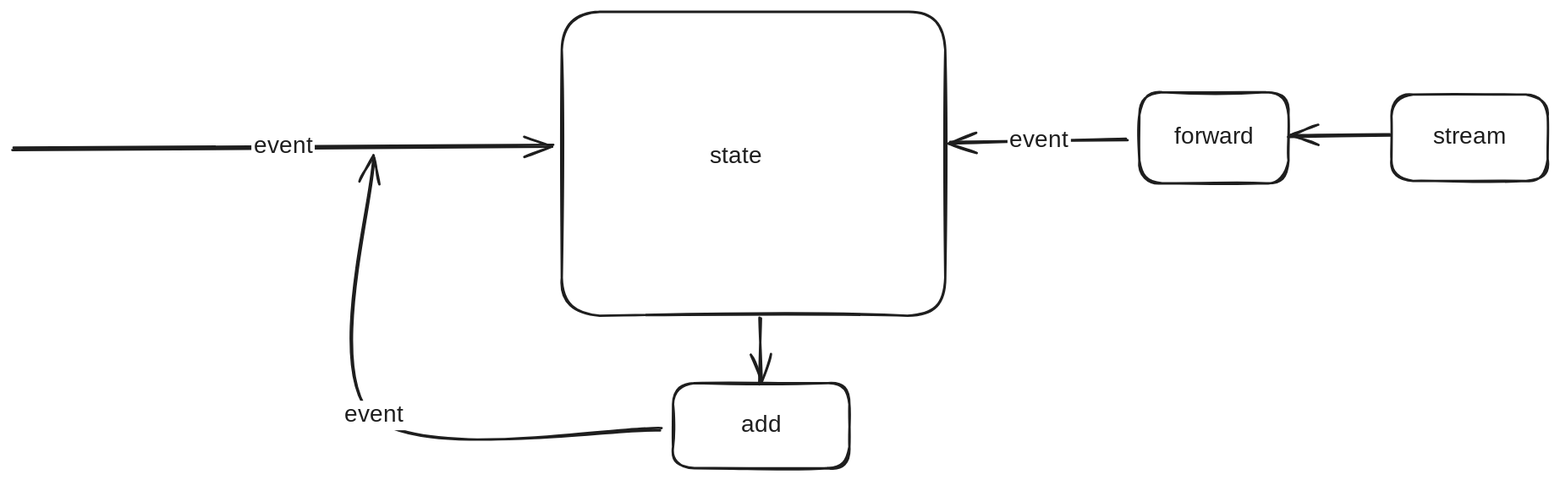
Above: image/model.excalidraw.svg in BoxMeApp/cms (Excalidraw), before the change. Source tidied: one line per element, renumbered; positions are measured from the earlier drawing's top-left corner, leaving out a move shared by most shapes.
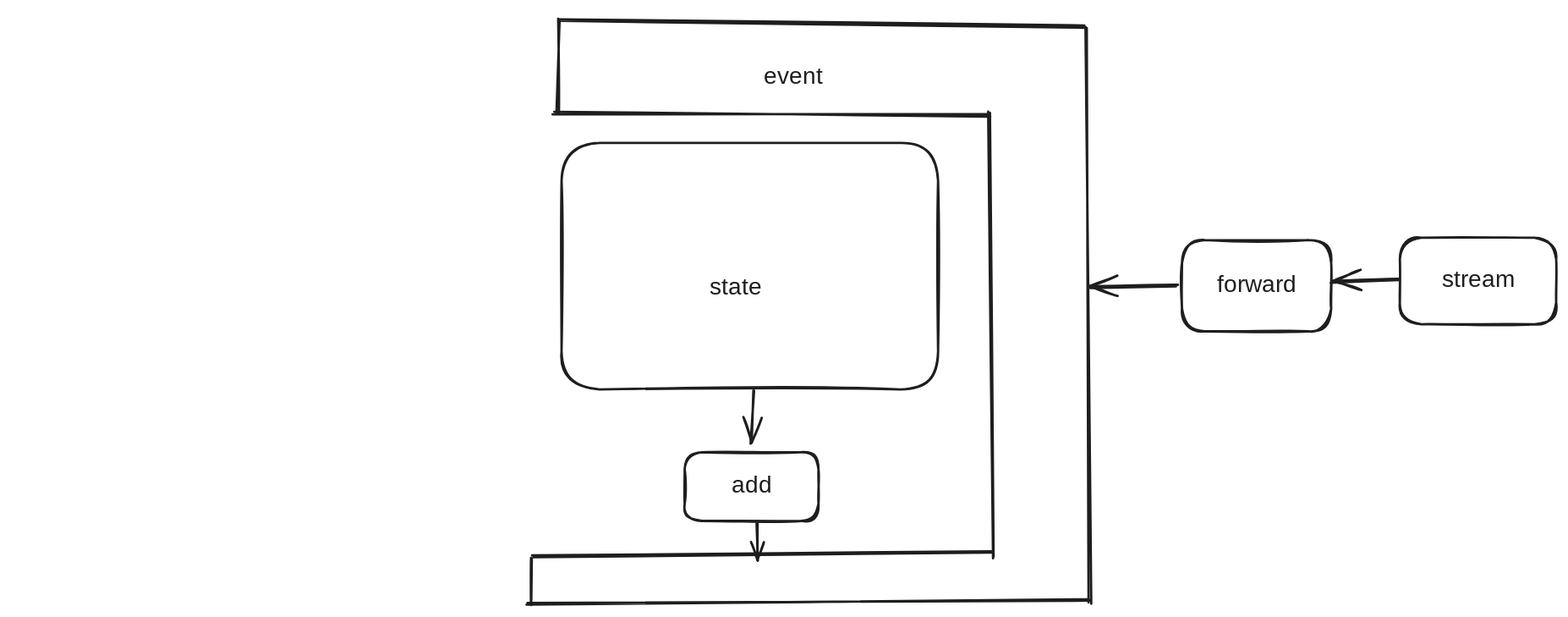
After the commit.

Change to the diagram source:
```diff
@@ -1,16 +1,21 @@
-{"id": 0, "type": "rectangle", "strokeColor": "#1e1e1e", "strokeWidth": 2, "roughness": 1, "round": true, "x": 464, "y": 0, "width": 324, "height": 257}
+{"id": 0, "type": "rectangle", "strokeColor": "#1e1e1e", "strokeWidth": 2, "roughness": 1, "round": true, "x": 464, "y": 0, "width": 318, "height": 208}
-{"id": 1, "type": "rectangle", "strokeColor": "#1e1e1e", "strokeWidth": 2, "roughness": 1, "round": true, "x": 952, "y": 68, "width": 126, "height": 77}
+{"id": 1, "type": "rectangle", "strokeColor": "#1e1e1e", "strokeWidth": 2, "roughness": 1, "round": true, "x": 988, "y": 82, "width": 126, "height": 77}
-{"id": 2, "type": "text", "text": "forward", "strokeColor": "#1e1e1e", "strokeWidth": 2, "roughness": 1, "fontSize": 20, "fontFamily": 5, "textAlign": "center", "verticalAlign": "middle", "inside": 1, "x": 977, "y": 94, "width": 75, "height": 25}
+{"id": 2, "type": "text", "text": "forward", "strokeColor": "#1e1e1e", "strokeWidth": 2, "roughness": 1, "fontSize": 20, "fontFamily": 5, "textAlign": "center", "verticalAlign": "middle", "inside": 1, "x": 1013, "y": 108, "width": 75, "height": 25}
-{"id": 3, "type": "arrow", "strokeColor": "#1e1e1e", "strokeWidth": 2, "roughness": 1, "endArrowhead": "arrow", "round": true, "from": 1, "to": 0, "x": 942, "y": 109, "width": 149, "height": 1, "points": [[0, 0], [-149, 1]]}
-{"id": 4, "type": "text", "text": "event", "strokeColor": "#1e1e1e", "strokeWidth": 2, "roughness": 1, "fontSize": 20, "fontFamily": 5, "textAlign": "center", "verticalAlign": "middle", "inside": 3, "x": 827, "y": 119, "width": 54, "height": 25}
 {"id": 5, "type": "text", "text": "state", "strokeColor": "#1e1e1e", "strokeWidth": 2, "roughness": 1, "fontSize": 20, "fontFamily": 5, "x": 589, "y": 110, "width": 55, "height": 25}
-{"id": 6, "type": "arrow", "strokeColor": "#1e1e1e", "strokeWidth": 2, "roughness": 1, "endArrowhead": "arrow", "round": true, "to": 0, "x": 0, "y": 116, "width": 457, "height": 4, "points": [[0, 0], [457, -4]]}
-{"id": 7, "type": "text", "text": "event", "strokeColor": "#1e1e1e", "strokeWidth": 2, "roughness": 1, "fontSize": 20, "fontFamily": 5, "textAlign": "center", "verticalAlign": "middle", "inside": 6, "x": 274, "y": 110, "width": 54, "height": 25}
-{"id": 8, "type": "rectangle", "strokeColor": "#1e1e1e", "strokeWidth": 2, "roughness": 1, "round": true, "x": 558, "y": 314, "width": 149, "height": 72}
+{"id": 8, "type": "rectangle", "strokeColor": "#1e1e1e", "strokeWidth": 2, "roughness": 1, "round": true, "x": 568, "y": 261, "width": 113, "height": 58}
-{"id": 9, "type": "text", "text": "add", "strokeColor": "#1e1e1e", "strokeWidth": 2, "roughness": 1, "fontSize": 20, "fontFamily": 5, "textAlign": "center", "verticalAlign": "middle", "inside": 8, "x": 615, "y": 338, "width": 36, "height": 25}
+{"id": 9, "type": "text", "text": "add", "strokeColor": "#1e1e1e", "strokeWidth": 2, "roughness": 1, "fontSize": 20, "fontFamily": 5, "textAlign": "center", "verticalAlign": "middle", "inside": 8, "x": 607, "y": 278, "width": 36, "height": 25}
-{"id": 10, "type": "arrow", "strokeColor": "#1e1e1e", "strokeWidth": 2, "roughness": 1, "endArrowhead": "arrow", "round": true, "from": 0, "to": 8, "x": 632, "y": 258, "width": 0, "height": 57, "points": [[0, 0], [0, 57]]}
+{"id": 10, "type": "arrow", "strokeColor": "#1e1e1e", "strokeWidth": 2, "roughness": 1, "endArrowhead": "arrow", "round": true, "from": 0, "to": 8, "x": 626, "y": 209, "width": 2, "height": 45, "points": [[0, 0], [-2, 45]]}
-{"id": 11, "type": "arrow", "strokeColor": "#1e1e1e", "strokeWidth": 2, "roughness": 1, "endArrowhead": "arrow", "round": true, "from": 8, "x": 548, "y": 353, "width": 243, "height": 230, "points": [[0, 0], [-243, -12], [-243, -230]]}
-{"id": 12, "type": "text", "text": "event", "strokeColor": "#1e1e1e", "strokeWidth": 2, "roughness": 1, "fontSize": 20, "fontFamily": 5, "textAlign": "center", "verticalAlign": "middle", "inside": 11, "x": 198, "y": 334, "width": 54, "height": 25}
-{"id": 13, "type": "rectangle", "strokeColor": "#1e1e1e", "strokeWidth": 2, "roughness": 1, "round": true, "x": 1165, "y": 70, "width": 132, "height": 73}
+{"id": 13, "type": "rectangle", "strokeColor": "#1e1e1e", "strokeWidth": 2, "roughness": 1, "round": true, "x": 1172, "y": 80, "width": 132, "height": 73}
-{"id": 14, "type": "text", "text": "stream", "strokeColor": "#1e1e1e", "strokeWidth": 2, "roughness": 1, "fontSize": 20, "fontFamily": 5, "textAlign": "center", "verticalAlign": "middle", "inside": 13, "x": 1198, "y": 94, "width": 65, "height": 25}
+{"id": 14, "type": "text", "text": "stream", "strokeColor": "#1e1e1e", "strokeWidth": 2, "roughness": 1, "fontSize": 20, "fontFamily": 5, "textAlign": "center", "verticalAlign": "middle", "inside": 13, "x": 1205, "y": 104, "width": 65, "height": 25}
-{"id": 15, "type": "arrow", "strokeColor": "#1e1e1e", "strokeWidth": 2, "roughness": 1, "endArrowhead": "arrow", "round": true, "from": 13, "to": 1, "x": 1164, "y": 105, "width": 85, "height": 0, "points": [[0, 0], [-85, 0]]}
+{"id": 15, "type": "arrow", "strokeColor": "#1e1e1e", "strokeWidth": 2, "roughness": 1, "endArrowhead": "arrow", "round": true, "from": 13, "to": 1, "x": 1171, "y": 116, "width": 56, "height": 1, "points": [[0, 0], [-56, 1]]}
+{"id": 16, "type": "line", "strokeColor": "#1e1e1e", "strokeWidth": 2, "roughness": 1, "round": true, "x": 462, "y": -104, "width": 1, "height": 79, "points": [[0, 0], [-1, 79]]}
+{"id": 17, "type": "line", "strokeColor": "#1e1e1e", "strokeWidth": 2, "roughness": 1, "round": true, "x": 464, "y": -102, "width": 441, "height": 5, "points": [[0, 0], [441, 5]]}
+{"id": 18, "type": "line", "strokeColor": "#1e1e1e", "strokeWidth": 2, "roughness": 1, "round": true, "x": 458, "y": -26, "width": 368, "height": 3, "points": [[0, 0], [368, 3]]}
+{"id": 19, "type": "line", "strokeColor": "#1e1e1e", "strokeWidth": 2, "roughness": 1, "round": true, "x": 826, "y": -26, "width": 2, "height": 375, "points": [[0, 0], [2, 375]]}
+{"id": 20, "type": "line", "strokeColor": "#1e1e1e", "strokeWidth": 2, "roughness": 1, "round": true, "x": 827, "y": 346, "width": 386, "height": 3, "points": [[0, 0], [-386, 3]]}
+{"id": 21, "type": "line", "strokeColor": "#1e1e1e", "strokeWidth": 2, "roughness": 1, "round": true, "x": 907, "y": -98, "width": 3, "height": 486, "points": [[0, 0], [3, 486]]}
+{"id": 22, "type": "line", "strokeColor": "#1e1e1e", "strokeWidth": 2, "roughness": 1, "round": true, "x": 910, "y": 386, "width": 475, "height": 2, "points": [[0, 0], [-475, 2]]}
+{"id": 23, "type": "line", "strokeColor": "#1e1e1e", "strokeWidth": 2, "roughness": 1, "round": true, "x": 439, "y": 350, "width": 1, "height": 39, "points": [[0, 0], [-1, 39]]}
+{"id": 24, "type": "arrow", "strokeColor": "#1e1e1e", "strokeWidth": 2, "roughness": 1, "endArrowhead": "arrow", "round": true, "from": 8, "x": 629, "y": 321, "width": 1, "height": 32, "points": [[0, 0], [1, 32]]}
+{"id": 25, "type": "text", "text": "event", "strokeColor": "#1e1e1e", "strokeWidth": 2, "roughness": 1, "fontSize": 20, "fontFamily": 5, "x": 635, "y": -68, "width": 54, "height": 25}
+{"id": 26, "type": "arrow", "strokeColor": "#1e1e1e", "strokeWidth": 2, "roughness": 1, "endArrowhead": "arrow", "round": true, "from": 1, "x": 984, "y": 122, "width": 74, "height": 0, "points": [[0, 0], [-74, 0]]}
```
